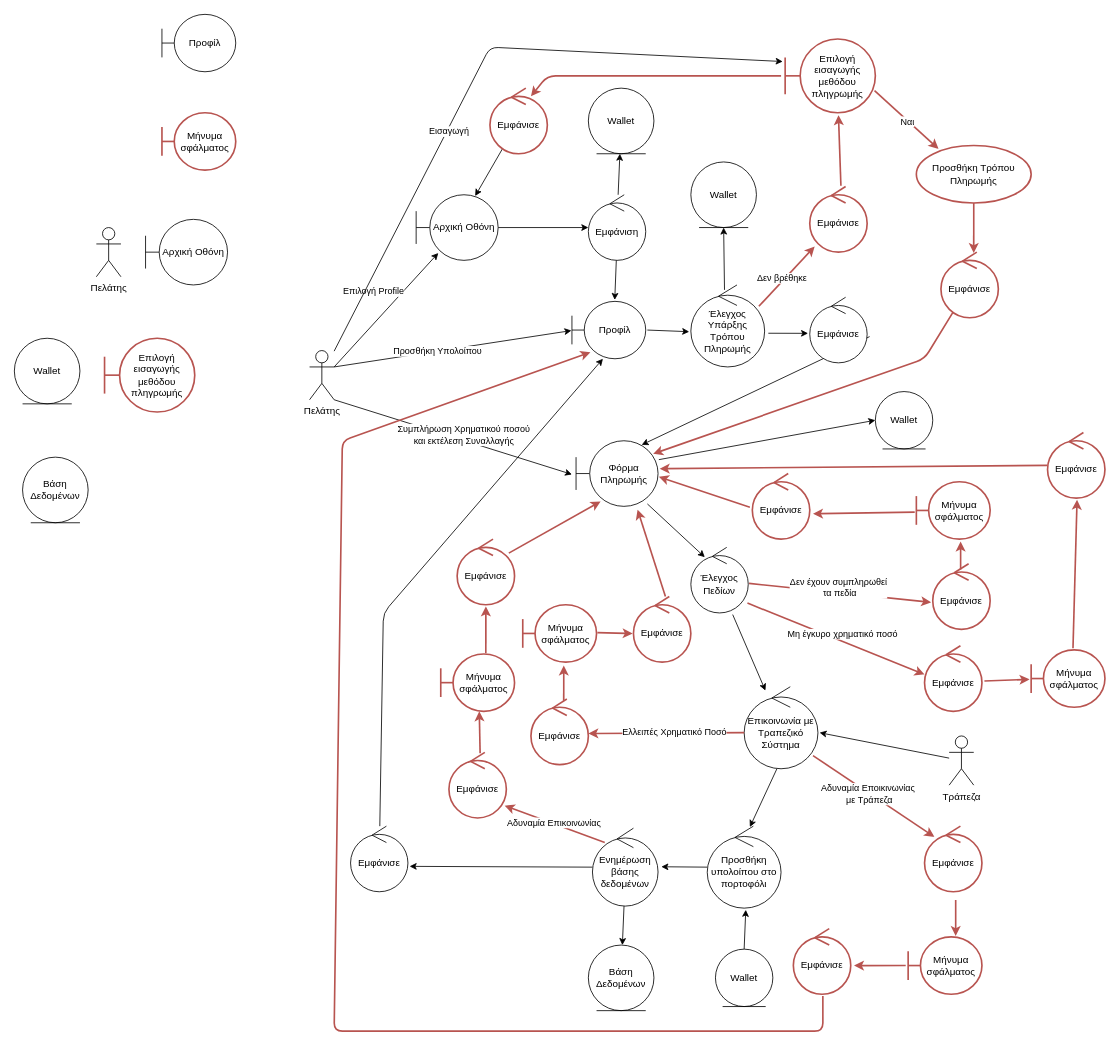
The draw.io diagram Part_2/Robustness/diagrams/06_Φόρτιση_Πορτοφολιού.drawio in Nikolis2002/texnoligia_logismikou, before the edit. Source tidied: cells renumbered, new cells numbered last; positions are measured from the earlier drawing's top-left corner, leaving out a move shared by most shapes. Both pictures are drawn from the tidied source at 82%, with x=0, y=0 at pixel (14, 14).
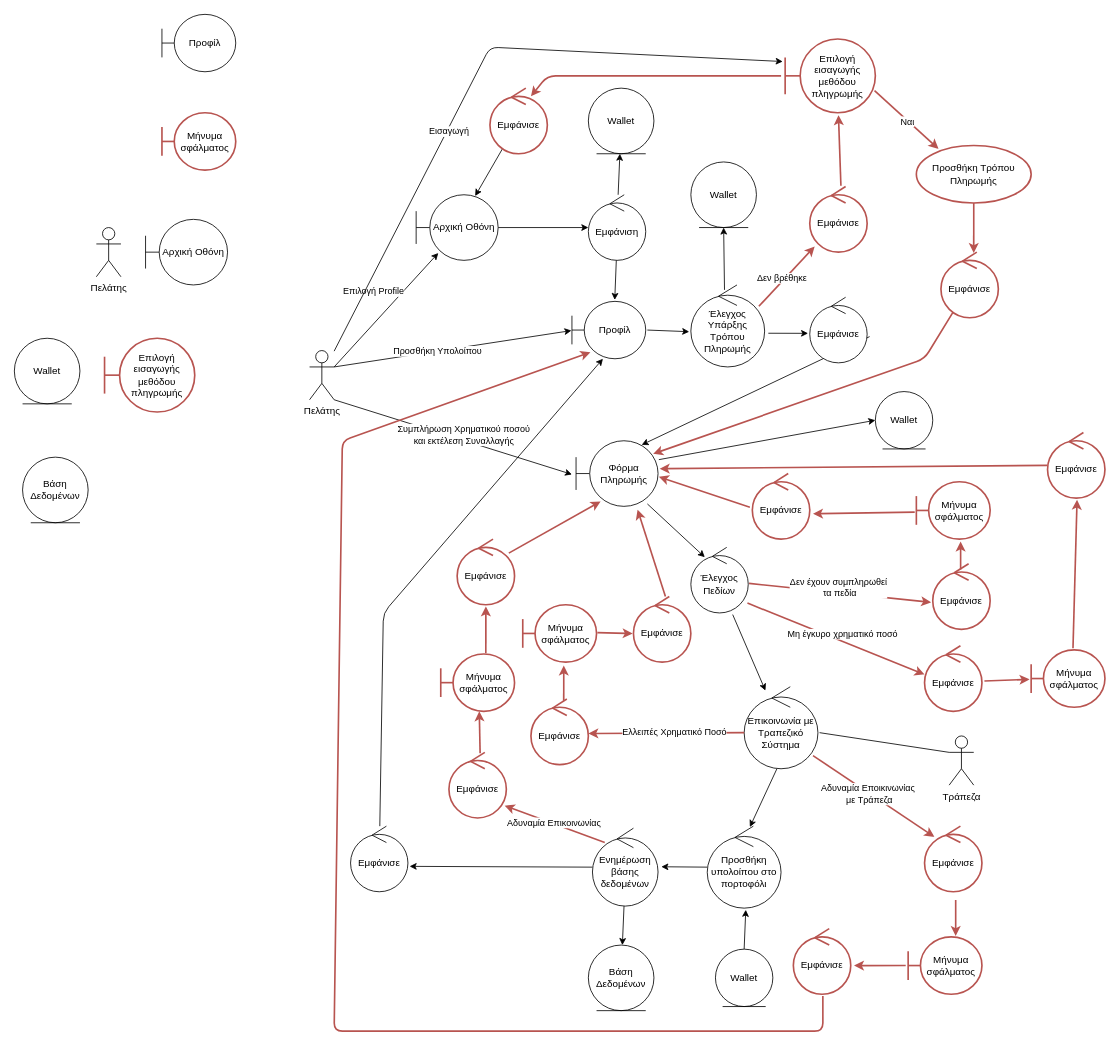
The same page after the edit.

The change refers to these unchanged cells:
```xml
<mxCell id="22" value="Επικοινωνία με Τραπεζικό Σύστημα" style="ellipse;shape=umlControl;whiteSpace=wrap;html=1;" parent="1" vertex="1">
  <mxGeometry x="890" y="820" width="90" height="100" as="geometry" />
</mxCell>
<mxCell id="24" value="Τράπεζα" style="shape=umlActor;verticalLabelPosition=bottom;verticalAlign=top;html=1;" parent="1" vertex="1">
  <mxGeometry x="1140" y="880" width="30" height="60" as="geometry" />
</mxCell>
```

Diff of the diagram source:
```diff
@@
-    <mxCell id="23" style="edgeStyle=none;html=1;entryX=1.022;entryY=0.56;entryDx=0;entryDy=0;entryPerimeter=0;" parent="1" edge="1" source="24" target="22">
+    <mxCell id="23" style="edgeStyle=none;html=1;entryX=1.022;entryY=0.56;entryDx=0;entryDy=0;entryPerimeter=0;endArrow=none;endFill=0;exitX=0;exitY=0.3333333333333333;exitDx=0;exitDy=0;exitPerimeter=0;" parent="1" edge="1" source="24" target="22">
       <mxGeometry relative="1" as="geometry" />
     </mxCell>
```
